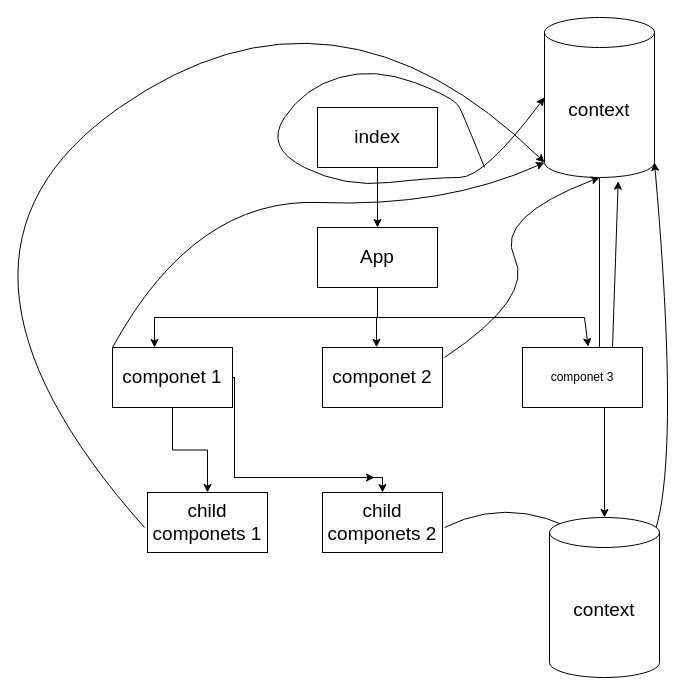
rasuljonFullStackDev/react-dars-reja keeps this draw.io diagram as Untitled Diagram.drawio. Above is the earlier version. Source tidied: cells renumbered, new cells numbered last; positions are measured from the earlier drawing's top-left corner, leaving out a move shared by most shapes. Both pictures are drawn from the tidied source at 100%, with x=0, y=0 at pixel (-96, -43).
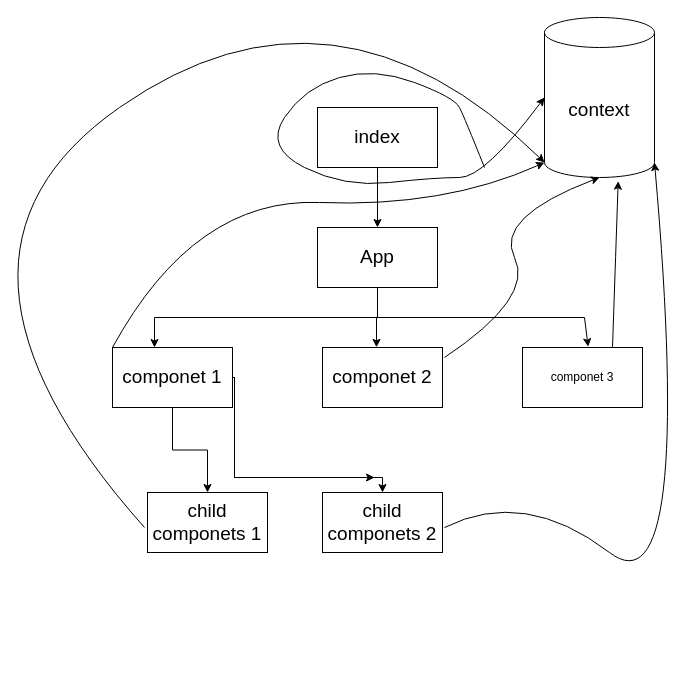
The same page after the edit.

The change refers to these unchanged cells:
```xml
<mxCell id="3" value="context" style="shape=cylinder3;whiteSpace=wrap;html=1;boundedLbl=1;backgroundOutline=1;size=15;fontSize=19;" parent="1" vertex="1">
  <mxGeometry x="640" y="60" width="110" height="160" as="geometry" />
</mxCell>
```

Change to the diagram source:
```diff
@@
-    <mxCell id="2" style="edgeStyle=orthogonalEdgeStyle;rounded=0;jettySize=auto;html=1;fontSize=19;" parent="1" edge="1" source="3" target="25">
-      <mxGeometry relative="1" as="geometry" />
-    </mxCell>
@@
-    <mxCell id="25" value="context" style="shape=cylinder3;whiteSpace=wrap;html=1;boundedLbl=1;backgroundOutline=1;size=15;fontSize=19;labelBackgroundColor=none;fillColor=#FFFFFF;" parent="1" vertex="1">
-      <mxGeometry x="645" y="560" width="110" height="160" as="geometry" />
-    </mxCell>
```
